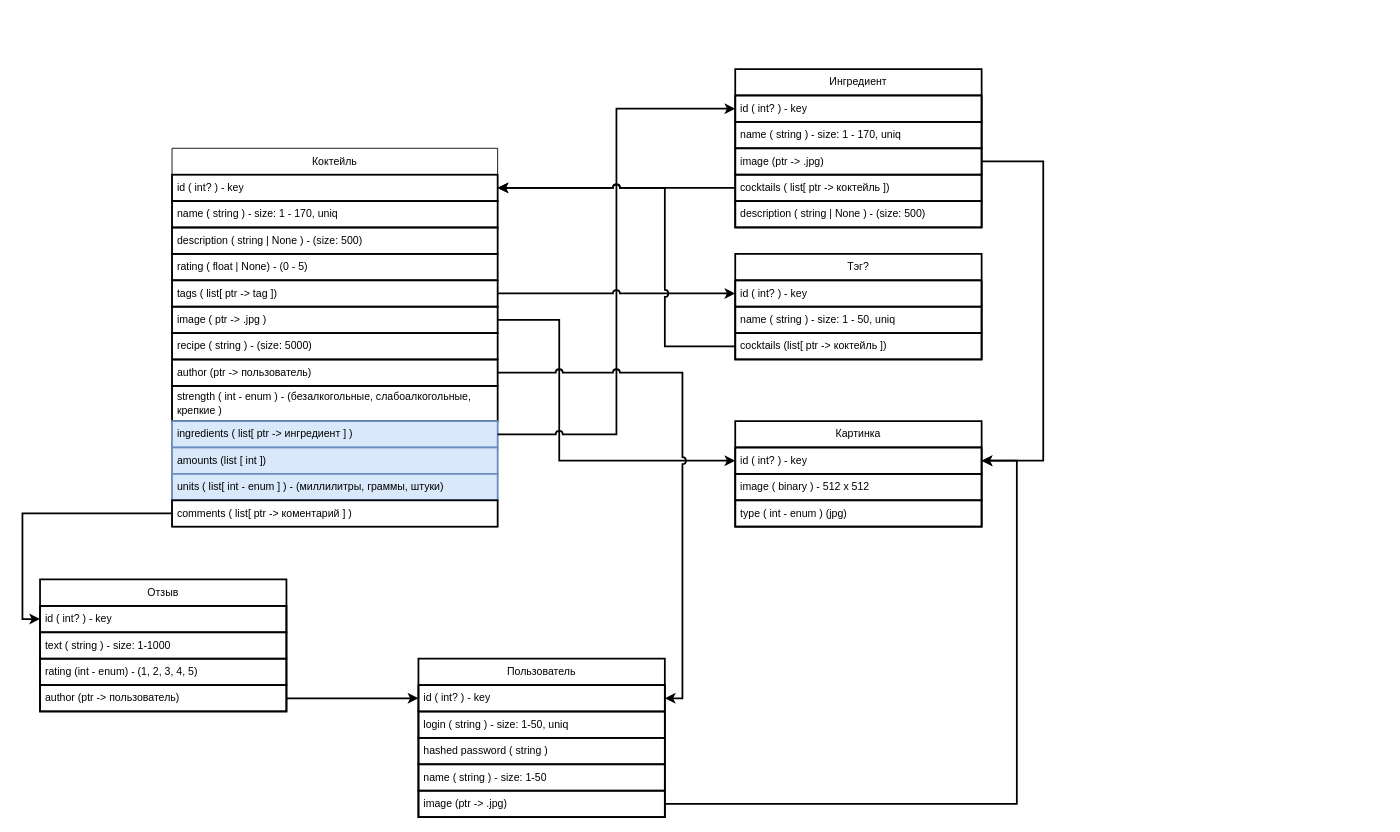
Earlier version of the draw.io diagram DrunkDiagram.drawio (Rudovich1/DrunkMate). Source tidied: cells renumbered, new cells numbered last; positions are measured from the earlier drawing's top-left corner, leaving out a move shared by most shapes. Both pictures are drawn from the tidied source at 88%, with x=0, y=0 at pixel (40, 69).
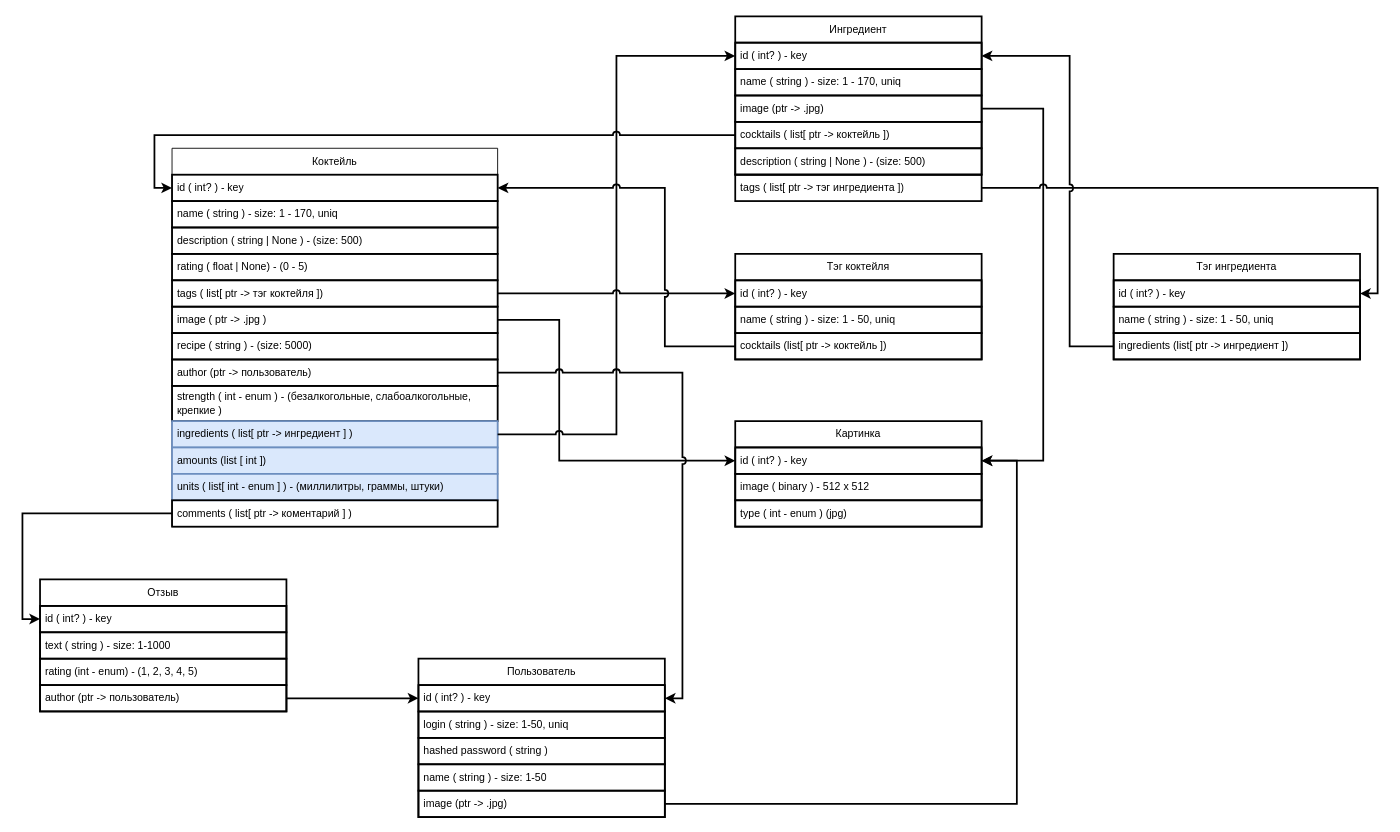
The same page after the edit.

Unchanged cells that the change refers to:
```xml
<mxCell id="2" value="Коктейль" style="swimlane;fontStyle=0;horizontal=1;startSize=30;whiteSpace=wrap;html=1;" parent="1" vertex="1">
  <mxGeometry x="150" y="90" width="370" height="430" as="geometry" />
</mxCell>
<mxCell id="3" value="id ( int? ) - key" style="text;strokeColor=default;fillColor=none;align=left;verticalAlign=middle;spacingLeft=4;spacingRight=4;overflow=hidden;points=[[0,0.5],[1,0.5]];portConstraint=eastwest;whiteSpace=wrap;html=1;strokeWidth=2;" parent="2" vertex="1">
  <mxGeometry y="30" width="370" height="30" as="geometry" />
</mxCell>
<mxCell id="20" value="id ( int? ) - key" style="text;strokeColor=default;fillColor=none;align=left;verticalAlign=middle;spacingLeft=4;spacingRight=4;overflow=hidden;points=[[0,0.5],[1,0.5]];portConstraint=eastwest;whiteSpace=wrap;html=1;strokeWidth=2;" parent="19" vertex="1">
  <mxGeometry y="30" width="280" height="30" as="geometry" />
</mxCell>
<mxCell id="22" value="image (ptr -&amp;gt; .jpg)" style="text;strokeColor=default;fillColor=none;align=left;verticalAlign=middle;spacingLeft=4;spacingRight=4;overflow=hidden;points=[[0,0.5],[1,0.5]];portConstraint=eastwest;whiteSpace=wrap;html=1;strokeWidth=2;" parent="19" vertex="1">
  <mxGeometry y="90" width="280" height="30" as="geometry" />
</mxCell>
<mxCell id="23" value="cocktails ( list[ ptr -&amp;gt; коктейль ])" style="text;strokeColor=default;fillColor=none;align=left;verticalAlign=middle;spacingLeft=4;spacingRight=4;overflow=hidden;points=[[0,0.5],[1,0.5]];portConstraint=eastwest;whiteSpace=wrap;html=1;strokeWidth=2;" parent="19" vertex="1">
  <mxGeometry y="120" width="280" height="30" as="geometry" />
</mxCell>
<mxCell id="44" value="id ( int? ) - key" style="text;strokeColor=default;fillColor=none;align=left;verticalAlign=middle;spacingLeft=4;spacingRight=4;overflow=hidden;points=[[0,0.5],[1,0.5]];portConstraint=eastwest;whiteSpace=wrap;html=1;strokeWidth=2;" parent="43" vertex="1">
  <mxGeometry y="30" width="280" height="30" as="geometry" />
</mxCell>
```

What changed in the source:
```diff
@@
-    <mxCell id="7" value="tags ( list[ ptr -&amp;gt; tag ])" style="text;strokeColor=default;fillColor=none;align=left;verticalAlign=middle;spacingLeft=4;spacingRight=4;overflow=hidden;points=[[0,0.5],[1,0.5]];portConstraint=eastwest;whiteSpace=wrap;html=1;strokeWidth=2;" parent="2" vertex="1">
+    <mxCell id="7" value="tags ( list[ ptr -&amp;gt; тэг коктейля ])" style="text;strokeColor=default;fillColor=none;align=left;verticalAlign=middle;spacingLeft=4;spacingRight=4;overflow=hidden;points=[[0,0.5],[1,0.5]];portConstraint=eastwest;whiteSpace=wrap;html=1;strokeWidth=2;" parent="2" vertex="1">
       <mxGeometry y="150" width="370" height="30" as="geometry" />
     </mxCell>
@@
     <mxCell id="19" value="Ингредиент" style="swimlane;fontStyle=0;horizontal=1;startSize=30;whiteSpace=wrap;html=1;strokeColor=default;strokeWidth=2;" parent="1" vertex="1">
-      <mxGeometry x="790" width="280" height="180" as="geometry" />
+      <mxGeometry x="790" y="-60" width="280" height="180" as="geometry" />
     </mxCell>
@@
-    <mxCell id="25" style="rounded=0;jumpStyle=arc;jettySize=auto;html=1;entryX=1;entryY=0.5;entryDx=0;entryDy=0;strokeWidth=2;edgeStyle=orthogonalEdgeStyle;" parent="1" edge="1" source="23" target="3">
-      <mxGeometry relative="1" as="geometry">
-        <Array as="points">
-          <mxPoint x="800" y="135" />
-          <mxPoint x="800" y="135" />
-        </Array>
-      </mxGeometry>
-    </mxCell>
-    <mxCell id="26" value="Тэг?" style="swimlane;fontStyle=0;horizontal=1;startSize=30;whiteSpace=wrap;html=1;strokeColor=default;strokeWidth=2;" parent="1" vertex="1">
+    <mxCell id="26" value="Тэг коктейля" style="swimlane;fontStyle=0;horizontal=1;startSize=30;whiteSpace=wrap;html=1;strokeColor=default;strokeWidth=2;" parent="1" vertex="1">
       <mxGeometry x="790" y="210" width="280" height="120" as="geometry" />
     </mxCell>
@@
-    <mxCell id="49" style="edgeStyle=orthogonalEdgeStyle;rounded=0;jettySize=auto;html=1;entryX=1;entryY=0.5;entryDx=0;entryDy=0;strokeWidth=2;jumpStyle=arc;" parent="1" edge="1" source="22" target="44">
+    <mxCell id="49" style="edgeStyle=orthogonalEdgeStyle;rounded=0;jettySize=auto;html=1;strokeWidth=2;jumpStyle=arc;" parent="1" edge="1" source="22" target="44">
       <mxGeometry relative="1" as="geometry">
         <Array as="points">
-          <mxPoint x="1140" y="105" />
+          <mxPoint x="1140" y="45" />
           <mxPoint x="1140" y="445" />
         </Array>
       </mxGeometry>
     </mxCell>
@@
+    <mxCell id="51" value="Тэг ингредиента" style="swimlane;fontStyle=0;horizontal=1;startSize=30;whiteSpace=wrap;html=1;strokeColor=default;strokeWidth=2;" parent="1" vertex="1">
+      <mxGeometry x="1220" y="210" width="280" height="120" as="geometry" />
+    </mxCell>
+    <mxCell id="52" value="id ( int? ) - key" style="text;strokeColor=default;fillColor=none;align=left;verticalAlign=middle;spacingLeft=4;spacingRight=4;overflow=hidden;points=[[0,0.5],[1,0.5]];portConstraint=eastwest;whiteSpace=wrap;html=1;strokeWidth=2;" parent="51" vertex="1">
+      <mxGeometry y="30" width="280" height="30" as="geometry" />
+    </mxCell>
+    <mxCell id="53" value="name ( string ) - size: 1 - 50, uniq" style="text;strokeColor=default;fillColor=none;align=left;verticalAlign=middle;spacingLeft=4;spacingRight=4;overflow=hidden;whiteSpace=wrap;html=1;strokeWidth=2;" parent="51" vertex="1">
+      <mxGeometry y="60" width="280" height="30" as="geometry" />
+    </mxCell>
+    <mxCell id="54" value="ingredients (list[ ptr -&amp;gt; ингредиент ])" style="text;strokeColor=default;fillColor=none;align=left;verticalAlign=middle;spacingLeft=4;spacingRight=4;overflow=hidden;points=[[0,0.5],[1,0.5]];portConstraint=eastwest;whiteSpace=wrap;html=1;strokeWidth=2;" parent="51" vertex="1">
+      <mxGeometry y="90" width="280" height="30" as="geometry" />
+    </mxCell>
+    <mxCell id="55" style="edgeStyle=orthogonalEdgeStyle;rounded=0;jumpStyle=arc;jettySize=auto;html=1;entryX=1;entryY=0.5;entryDx=0;entryDy=0;strokeWidth=2;" parent="1" edge="1" source="56" target="52">
+      <mxGeometry relative="1" as="geometry" />
+    </mxCell>
+    <mxCell id="56" value="&lt;span style=&quot;color: rgb(0, 0, 0); font-family: Helvetica; font-size: 12px; font-style: normal; font-variant-ligatures: normal; font-variant-caps: normal; font-weight: 400; letter-spacing: normal; orphans: 2; text-align: left; text-indent: 0px; text-transform: none; widows: 2; word-spacing: 0px; -webkit-text-stroke-width: 0px; background-color: rgb(255, 255, 255); text-decoration-thickness: initial; text-decoration-style: initial; text-decoration-color: initial; float: none; display: inline !important;&quot;&gt;tags ( list[ ptr -&amp;gt; тэг ингредиента ])&lt;/span&gt;" style="text;strokeColor=default;fillColor=none;align=left;verticalAlign=middle;spacingLeft=4;spacingRight=4;overflow=hidden;points=[[0,0.5],[1,0.5]];portConstraint=eastwest;whiteSpace=wrap;html=1;strokeWidth=2;" parent="1" vertex="1">
+      <mxGeometry x="790" y="120" width="280" height="30" as="geometry" />
+    </mxCell>
+    <mxCell id="25" style="edgeStyle=orthogonalEdgeStyle;rounded=0;jettySize=auto;html=1;entryX=0;entryY=0.5;entryDx=0;entryDy=0;strokeWidth=2;jumpStyle=arc;" parent="1" edge="1" source="23" target="3">
+      <mxGeometry relative="1" as="geometry" />
+    </mxCell>
+    <mxCell id="57" style="edgeStyle=orthogonalEdgeStyle;rounded=0;jumpStyle=arc;jettySize=auto;html=1;entryX=1;entryY=0.5;entryDx=0;entryDy=0;strokeWidth=2;" parent="1" edge="1" source="54" target="20">
+      <mxGeometry relative="1" as="geometry">
+        <Array as="points">
+          <mxPoint x="1170" y="315" />
+          <mxPoint x="1170" y="-15" />
+        </Array>
+      </mxGeometry>
+    </mxCell>
```
